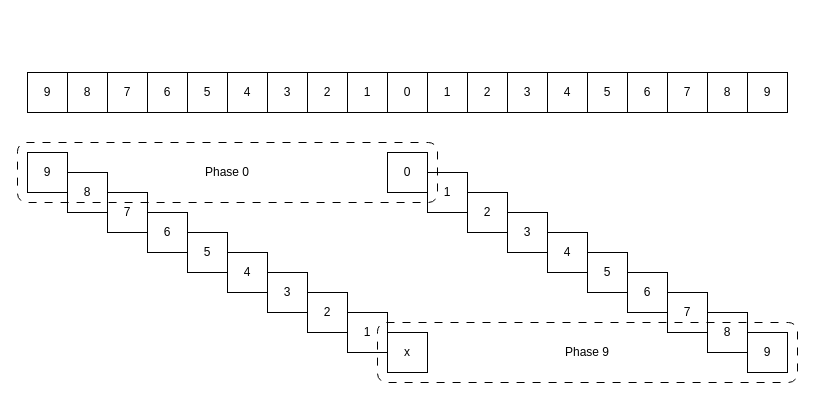
Before: page "tap_symmetry_19" (3 of 15) of assets/polyphase/polyphase_het/polyphase_het.drawio in tomverbeure/tomverbeure.github.io, a draw.io diagram. Source tidied: cells renumbered, new cells numbered last; positions are measured from the earlier drawing's top-left corner, leaving out a move shared by most shapes. Both pictures are drawn from the tidied source at 100%, with x=0, y=0 at pixel (17, 72).
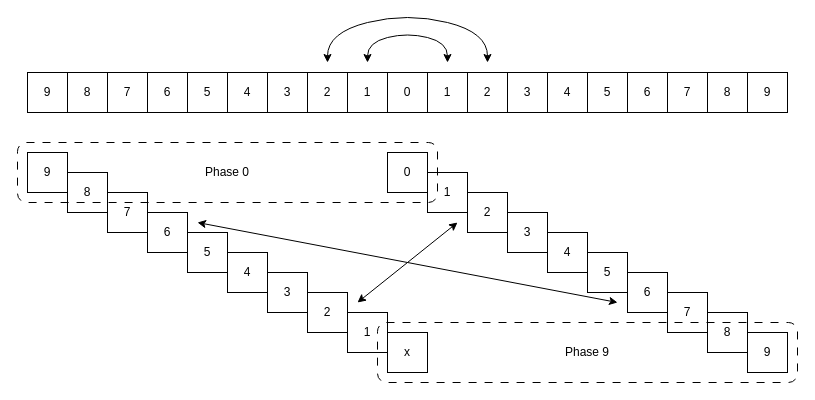
Above is the later version.

What changed in the source:
```diff
@@
+    <mxCell id="43" style="curved=1;endArrow=classic;html=1;rounded=0;startArrow=classic;startFill=1;" parent="1" edge="1">
+      <mxGeometry relative="1" as="geometry">
+        <mxPoint x="350" y="-10" as="sourcePoint" />
+        <mxPoint x="430" y="-10" as="targetPoint" />
+        <Array as="points">
+          <mxPoint x="350" y="-30" />
+          <mxPoint x="390" y="-40" />
+          <mxPoint x="430" y="-30" />
+        </Array>
+      </mxGeometry>
+    </mxCell>
+    <mxCell id="44" style="curved=1;endArrow=classic;html=1;rounded=0;startArrow=classic;startFill=1;" parent="1" edge="1">
+      <mxGeometry relative="1" as="geometry">
+        <mxPoint x="310" y="-10" as="sourcePoint" />
+        <mxPoint x="470" y="-10" as="targetPoint" />
+        <Array as="points">
+          <mxPoint x="310" y="-40" />
+          <mxPoint x="390" y="-60" />
+          <mxPoint x="470" y="-40" />
+        </Array>
+      </mxGeometry>
+    </mxCell>
+    <mxCell id="45" style="endArrow=classic;startArrow=classic;html=1;rounded=0;" parent="1" edge="1">
+      <mxGeometry relative="1" as="geometry">
+        <mxPoint x="180" y="150" as="sourcePoint" />
+        <mxPoint x="600" y="230" as="targetPoint" />
+      </mxGeometry>
+    </mxCell>
+    <mxCell id="46" style="endArrow=classic;startArrow=classic;html=1;rounded=0;" parent="1" edge="1">
+      <mxGeometry relative="1" as="geometry">
+        <mxPoint x="340" y="230" as="sourcePoint" />
+        <mxPoint x="440" y="150" as="targetPoint" />
+      </mxGeometry>
+    </mxCell>
```
